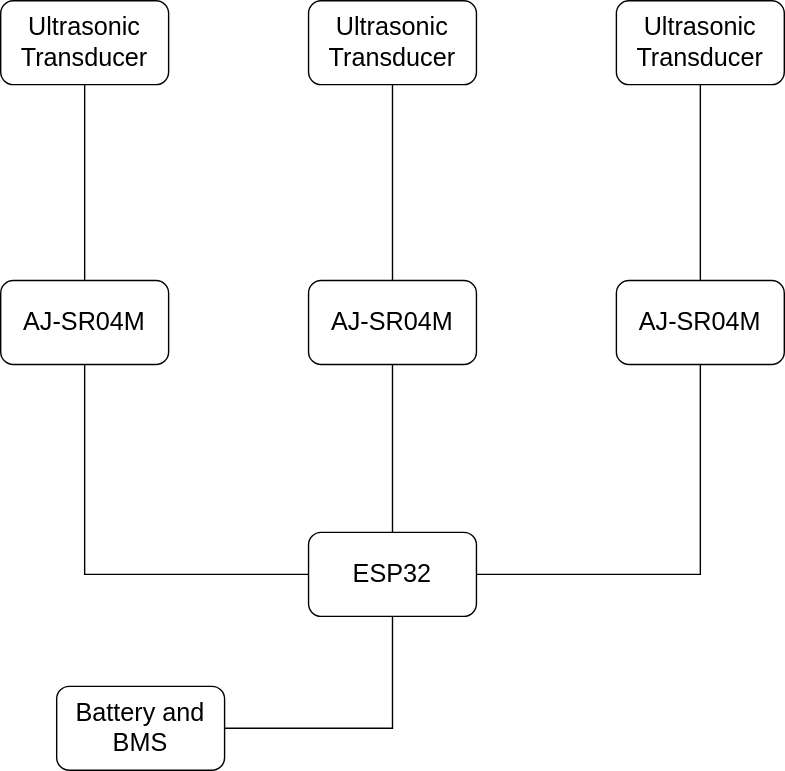
Before: SailTrack Wind/block-diagram.svg, a diagram exported from draw.io (metisvela/sailtrack). Source tidied: cells renumbered, new cells last; positions are measured from the earlier drawing's top-left corner, leaving out a move shared by most shapes.
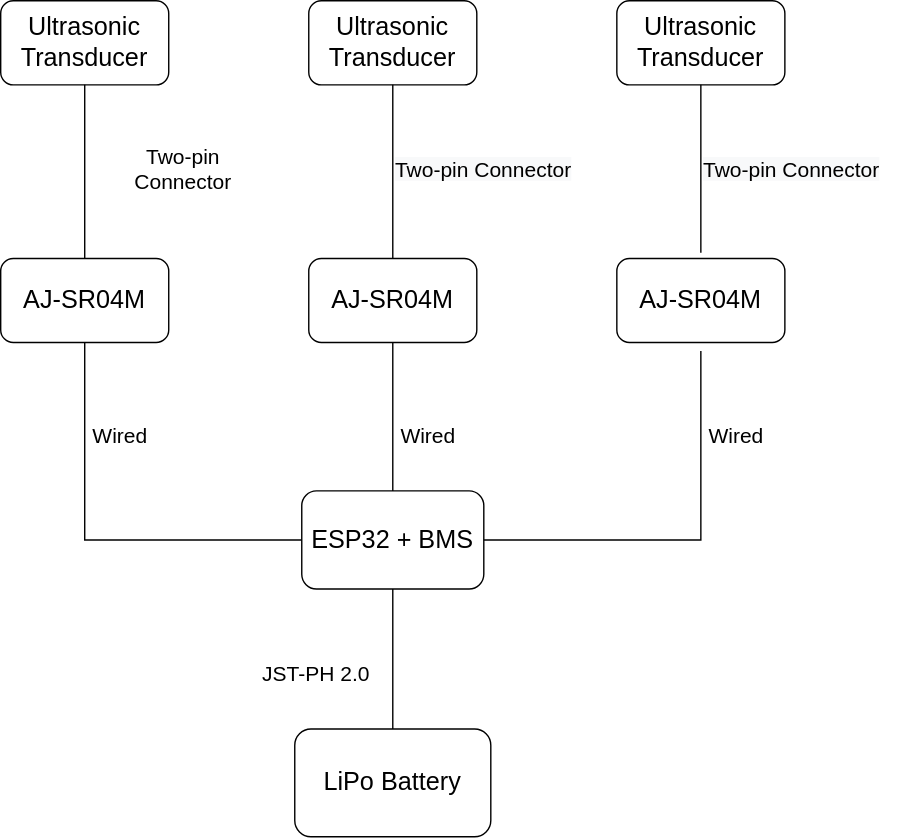
The same diagram one commit later.

What changed in the source:
```diff
@@ -2,50 +2,78 @@
   <root>
     <mxCell id="0" />
     <mxCell id="1" parent="0" />
+    <mxCell id="17" style="group;" parent="1" vertex="1">
+      <mxGeometry x="-40" y="-115" width="650" height="597" as="geometry" />
+    </mxCell>
+    <mxCell id="5" value="&lt;font style=&quot;font-size: 18px&quot;&gt;ESP32 + BMS&lt;/font&gt;" style="rounded=1;whiteSpace=wrap;html=1;fontSize=16;" parent="17" vertex="1">
+      <mxGeometry x="215" y="350" width="130" height="70" as="geometry" />
+    </mxCell>
+    <mxCell id="7" value="&lt;font style=&quot;font-size: 18px&quot;&gt;AJ-SR04M&lt;/font&gt;" style="rounded=1;whiteSpace=wrap;html=1;fontSize=16;" parent="17" vertex="1">
+      <mxGeometry y="184" width="120" height="60" as="geometry" />
+    </mxCell>
-    <mxCell id="2" style="edgeStyle=orthogonalEdgeStyle;rounded=0;jettySize=auto;html=1;exitX=0;exitY=0.5;exitDx=0;exitDy=0;entryX=0.5;entryY=1;entryDx=0;entryDy=0;fontSize=16;endArrow=none;endFill=0;" parent="1" edge="1" source="5" target="7">
+    <mxCell id="2" style="edgeStyle=orthogonalEdgeStyle;rounded=0;jettySize=auto;html=1;exitX=0;exitY=0.5;exitDx=0;exitDy=0;entryX=0.5;entryY=1;entryDx=0;entryDy=0;fontSize=16;endArrow=none;endFill=0;" parent="17" edge="1" source="5" target="7">
       <mxGeometry relative="1" as="geometry" />
     </mxCell>
+    <mxCell id="9" value="&lt;font style=&quot;font-size: 18px&quot;&gt;AJ-SR04M&lt;/font&gt;" style="rounded=1;whiteSpace=wrap;html=1;fontSize=16;" parent="17" vertex="1">
+      <mxGeometry x="220" y="184" width="120" height="60" as="geometry" />
+    </mxCell>
-    <mxCell id="3" style="edgeStyle=orthogonalEdgeStyle;rounded=0;jettySize=auto;html=1;exitX=0.5;exitY=0;exitDx=0;exitDy=0;entryX=0.5;entryY=1;entryDx=0;entryDy=0;fontSize=16;endArrow=none;endFill=0;" parent="1" edge="1" source="5" target="9">
+    <mxCell id="3" style="edgeStyle=orthogonalEdgeStyle;rounded=0;jettySize=auto;html=1;exitX=0.5;exitY=0;exitDx=0;exitDy=0;entryX=0.5;entryY=1;entryDx=0;entryDy=0;fontSize=16;endArrow=none;endFill=0;" parent="17" edge="1" source="5" target="9">
       <mxGeometry relative="1" as="geometry" />
     </mxCell>
-    <mxCell id="4" style="edgeStyle=orthogonalEdgeStyle;rounded=0;jettySize=auto;html=1;exitX=1;exitY=0.5;exitDx=0;exitDy=0;entryX=0.5;entryY=1;entryDx=0;entryDy=0;fontSize=16;endSize=6;endArrow=none;endFill=0;" parent="1" edge="1" source="5" target="11">
-      <mxGeometry relative="1" as="geometry" />
+    <mxCell id="4" style="edgeStyle=orthogonalEdgeStyle;rounded=0;jettySize=auto;html=1;exitX=1;exitY=0.5;exitDx=0;exitDy=0;entryX=0.5;entryY=1;entryDx=0;entryDy=0;fontSize=16;endSize=6;endArrow=none;endFill=0;" parent="17" edge="1" source="5">
+      <mxGeometry relative="1" as="geometry">
+        <mxPoint x="500" y="250" as="targetPoint" />
+      </mxGeometry>
     </mxCell>
-    <mxCell id="5" value="&lt;font style=&quot;font-size: 18px&quot;&gt;ESP32&lt;/font&gt;" style="rounded=1;whiteSpace=wrap;html=1;fontSize=16;" parent="1" vertex="1">
-      <mxGeometry x="220" y="380" width="120" height="60" as="geometry" />
-    </mxCell>
+    <mxCell id="12" value="&lt;font style=&quot;font-size: 18px&quot;&gt;Ultrasonic Transducer&lt;/font&gt;" style="rounded=1;whiteSpace=wrap;html=1;fontSize=16;" parent="17" vertex="1">
+      <mxGeometry width="120" height="60" as="geometry" />
+    </mxCell>
-    <mxCell id="6" style="edgeStyle=orthogonalEdgeStyle;rounded=0;jettySize=auto;html=1;exitX=0.5;exitY=0;exitDx=0;exitDy=0;entryX=0.5;entryY=1;entryDx=0;entryDy=0;fontSize=16;endArrow=none;endFill=0;" parent="1" edge="1" source="7" target="12">
+    <mxCell id="6" style="edgeStyle=orthogonalEdgeStyle;rounded=0;jettySize=auto;html=1;exitX=0.5;exitY=0;exitDx=0;exitDy=0;entryX=0.5;entryY=1;entryDx=0;entryDy=0;fontSize=16;endArrow=none;endFill=0;" parent="17" edge="1" source="7" target="12">
       <mxGeometry relative="1" as="geometry" />
     </mxCell>
-    <mxCell id="7" value="&lt;font style=&quot;font-size: 18px&quot;&gt;AJ-SR04M&lt;/font&gt;" style="rounded=1;whiteSpace=wrap;html=1;fontSize=16;" parent="1" vertex="1">
-      <mxGeometry y="200" width="120" height="60" as="geometry" />
-    </mxCell>
+    <mxCell id="13" value="&lt;font style=&quot;font-size: 18px&quot;&gt;Ultrasonic Transducer&lt;/font&gt;" style="rounded=1;whiteSpace=wrap;html=1;fontSize=16;" parent="17" vertex="1">
+      <mxGeometry x="220" width="120" height="60" as="geometry" />
+    </mxCell>
-    <mxCell id="8" style="edgeStyle=orthogonalEdgeStyle;rounded=0;jettySize=auto;html=1;exitX=0.5;exitY=0;exitDx=0;exitDy=0;entryX=0.5;entryY=1;entryDx=0;entryDy=0;fontSize=16;endArrow=none;endFill=0;" parent="1" edge="1" source="9" target="13">
+    <mxCell id="8" style="edgeStyle=orthogonalEdgeStyle;rounded=0;jettySize=auto;html=1;exitX=0.5;exitY=0;exitDx=0;exitDy=0;entryX=0.5;entryY=1;entryDx=0;entryDy=0;fontSize=16;endArrow=none;endFill=0;" parent="17" edge="1" source="9" target="13">
       <mxGeometry relative="1" as="geometry" />
     </mxCell>
-    <mxCell id="9" value="&lt;font style=&quot;font-size: 18px&quot;&gt;AJ-SR04M&lt;/font&gt;" style="rounded=1;whiteSpace=wrap;html=1;fontSize=16;" parent="1" vertex="1">
-      <mxGeometry x="220" y="200" width="120" height="60" as="geometry" />
-    </mxCell>
+    <mxCell id="14" value="&lt;font style=&quot;font-size: 18px&quot;&gt;Ultrasonic Transducer&lt;/font&gt;" style="rounded=1;whiteSpace=wrap;html=1;fontSize=16;" parent="17" vertex="1">
+      <mxGeometry x="440" width="120" height="60" as="geometry" />
+    </mxCell>
-    <mxCell id="10" style="edgeStyle=orthogonalEdgeStyle;rounded=0;jettySize=auto;html=1;exitX=0.5;exitY=0;exitDx=0;exitDy=0;entryX=0.5;entryY=1;entryDx=0;entryDy=0;fontSize=16;startArrow=none;startFill=0;endArrow=none;endFill=0;" parent="1" edge="1" source="11" target="14">
-      <mxGeometry relative="1" as="geometry" />
+    <mxCell id="10" style="edgeStyle=orthogonalEdgeStyle;rounded=0;jettySize=auto;html=1;exitX=0.5;exitY=0;exitDx=0;exitDy=0;entryX=0.5;entryY=1;entryDx=0;entryDy=0;fontSize=16;startArrow=none;startFill=0;endArrow=none;endFill=0;" parent="17" edge="1" target="14">
+      <mxGeometry relative="1" as="geometry">
+        <mxPoint x="500" y="180" as="sourcePoint" />
+      </mxGeometry>
     </mxCell>
+    <mxCell id="16" value="&lt;span style=&quot;font-size: 18px&quot;&gt;LiPo Battery&lt;/span&gt;" style="rounded=1;whiteSpace=wrap;html=1;fontSize=16;" parent="17" vertex="1">
+      <mxGeometry x="210" y="520" width="140" height="77" as="geometry" />
+    </mxCell>
+    <mxCell id="18" style="edgeStyle=orthogonalEdgeStyle;rounded=0;jettySize=auto;html=1;entryX=0.5;entryY=0;entryDx=0;entryDy=0;endArrow=none;endFill=0;" parent="17" edge="1" source="5" target="16">
+      <mxGeometry relative="1" as="geometry" />
+    </mxCell>
+    <mxCell id="19" value="&lt;font style=&quot;font-size: 15px&quot;&gt;Two-pin &lt;br&gt;Connector&lt;/font&gt;" style="text;html=1;align=center;verticalAlign=middle;fillColor=none;strokeColor=none;rounded=0;" parent="17" vertex="1">
+      <mxGeometry x="85" y="105" width="90" height="30" as="geometry" />
+    </mxCell>
+    <mxCell id="20" value="&lt;span style=&quot;color: rgb(0, 0, 0); font-family: helvetica; font-size: 15px; font-style: normal; font-weight: 400; letter-spacing: normal; text-align: center; text-indent: 0px; text-transform: none; word-spacing: 0px; background-color: rgb(248, 249, 250); display: inline; float: none;&quot;&gt;Two-pin Connector&lt;/span&gt;" style="text;whiteSpace=wrap;html=1;" parent="17" vertex="1">
+      <mxGeometry x="280" y="105" width="150" height="30" as="geometry" />
+    </mxCell>
+    <mxCell id="21" value="&lt;span style=&quot;color: rgb(0, 0, 0); font-family: helvetica; font-size: 15px; font-style: normal; font-weight: 400; letter-spacing: normal; text-align: center; text-indent: 0px; text-transform: none; word-spacing: 0px; background-color: rgb(248, 249, 250); display: inline; float: none;&quot;&gt;Two-pin Connector&lt;/span&gt;" style="text;whiteSpace=wrap;html=1;" parent="17" vertex="1">
+      <mxGeometry x="500" y="105" width="150" height="30" as="geometry" />
+    </mxCell>
+    <mxCell id="22" value="&lt;font style=&quot;font-size: 15px&quot;&gt;Wired&lt;/font&gt;" style="text;html=1;align=center;verticalAlign=middle;fillColor=none;strokeColor=none;rounded=0;" parent="17" vertex="1">
+      <mxGeometry x="60" y="300" width="50" height="20" as="geometry" />
+    </mxCell>
+    <mxCell id="23" value="&lt;font style=&quot;font-size: 15px&quot;&gt;Wired&lt;/font&gt;" style="text;html=1;align=center;verticalAlign=middle;fillColor=none;strokeColor=none;rounded=0;" parent="17" vertex="1">
+      <mxGeometry x="280" y="300" width="50" height="20" as="geometry" />
+    </mxCell>
+    <mxCell id="24" value="&lt;font style=&quot;font-size: 15px&quot;&gt;Wired&lt;/font&gt;" style="text;html=1;align=center;verticalAlign=middle;fillColor=none;strokeColor=none;rounded=0;" parent="17" vertex="1">
+      <mxGeometry x="500" y="300" width="50" height="20" as="geometry" />
+    </mxCell>
+    <mxCell id="25" value="&lt;font style=&quot;font-size: 15px&quot;&gt;JST-PH 2.0&lt;/font&gt;" style="text;html=1;align=center;verticalAlign=middle;fillColor=none;strokeColor=none;rounded=0;" parent="17" vertex="1">
+      <mxGeometry x="180" y="470" width="90" height="20" as="geometry" />
+    </mxCell>
-    <mxCell id="11" value="&lt;font style=&quot;font-size: 18px&quot;&gt;AJ-SR04M&lt;/font&gt;" style="rounded=1;whiteSpace=wrap;html=1;fontSize=16;" parent="1" vertex="1">
-      <mxGeometry x="440" y="200" width="120" height="60" as="geometry" />
+    <mxCell id="11" value="&lt;font style=&quot;font-size: 18px&quot;&gt;AJ-SR04M&lt;/font&gt;" style="rounded=1;whiteSpace=wrap;html=1;fontSize=16;" parent="17" vertex="1">
+      <mxGeometry x="440" y="184" width="120" height="60" as="geometry" />
     </mxCell>
-    <mxCell id="12" value="&lt;font style=&quot;font-size: 18px&quot;&gt;Ultrasonic Transducer&lt;/font&gt;" style="rounded=1;whiteSpace=wrap;html=1;fontSize=16;" parent="1" vertex="1">
-      <mxGeometry width="120" height="60" as="geometry" />
-    </mxCell>
-    <mxCell id="13" value="&lt;font style=&quot;font-size: 18px&quot;&gt;Ultrasonic Transducer&lt;/font&gt;" style="rounded=1;whiteSpace=wrap;html=1;fontSize=16;" parent="1" vertex="1">
-      <mxGeometry x="220" width="120" height="60" as="geometry" />
-    </mxCell>
-    <mxCell id="14" value="&lt;font style=&quot;font-size: 18px&quot;&gt;Ultrasonic Transducer&lt;/font&gt;" style="rounded=1;whiteSpace=wrap;html=1;fontSize=16;" parent="1" vertex="1">
-      <mxGeometry x="440" width="120" height="60" as="geometry" />
-    </mxCell>
-    <mxCell id="15" style="edgeStyle=orthogonalEdgeStyle;rounded=0;jettySize=auto;html=1;exitX=1;exitY=0.5;exitDx=0;exitDy=0;entryX=0.5;entryY=1;entryDx=0;entryDy=0;fontSize=16;endArrow=none;endFill=0;" parent="1" edge="1" source="16" target="5">
-      <mxGeometry relative="1" as="geometry" />
-    </mxCell>
-    <mxCell id="16" value="&lt;font style=&quot;font-size: 18px&quot;&gt;Battery and BMS&lt;/font&gt;" style="rounded=1;whiteSpace=wrap;html=1;fontSize=16;" parent="1" vertex="1">
-      <mxGeometry x="40" y="490" width="120" height="60" as="geometry" />
-    </mxCell>
   </root>
 </mxGraphModel>
```
